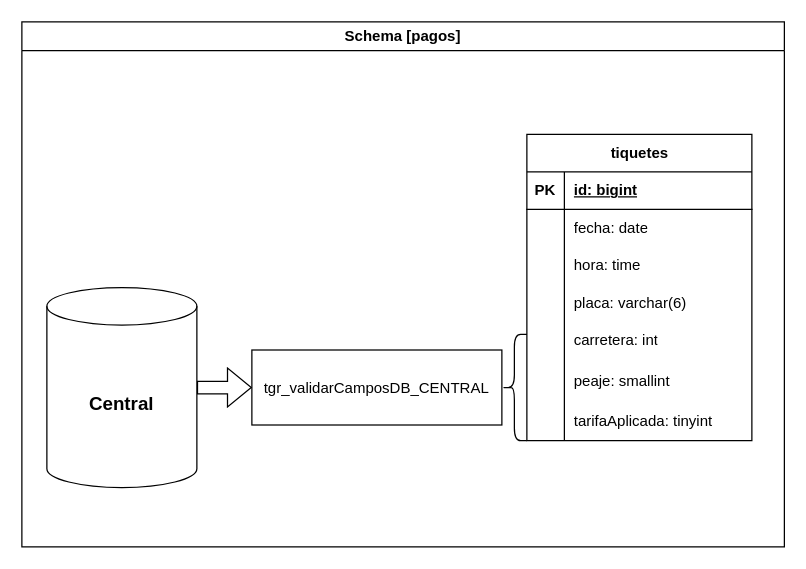
This is page "DB-OPERACIONES-TABLAS" (3 of 4) of diagramas/DISEÑO DE SISTEMA.drawio from randy-naranjo/proyecto-bd, a draw.io file, before an edit. Source tidied: cells renumbered, new cells numbered last; positions are measured from the earlier drawing's top-left corner, leaving out a move shared by most shapes. Both pictures are drawn from the tidied source at 125%, with x=0, y=0 at pixel (21, 21).
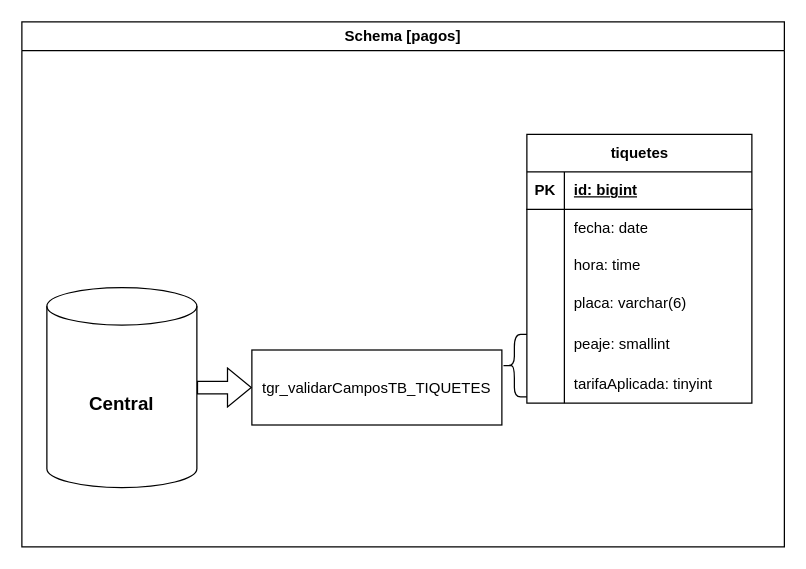
Above is the later version.

Unchanged cells that the change refers to:
```xml
<mxCell id="2" value="Schema [pagos]" style="swimlane;whiteSpace=wrap;html=1;" parent="1" vertex="1">
  <mxGeometry width="610" height="420" as="geometry" />
</mxCell>
<mxCell id="4" style="group;" parent="2" vertex="1">
  <mxGeometry x="384" y="90" width="200" height="245" as="geometry" />
</mxCell>
```

The edit, as a diff of the source:
```diff
@@
-    <mxCell id="3" value="tgr_validarCamposDB_CENTRAL" style="rounded=0;whiteSpace=wrap;html=1;" parent="2" vertex="1">
+    <mxCell id="3" value="tgr_validarCamposTB_TIQUETES" style="rounded=0;whiteSpace=wrap;html=1;" parent="2" vertex="1">
       <mxGeometry x="184" y="262.5" width="200" height="60" as="geometry" />
     </mxCell>
@@
     <mxCell id="5" value="tiquetes" style="shape=table;startSize=30;childLayout=tableLayout;rowLines=0;fontStyle=1;align=center;html=1;" parent="4" vertex="1">
-      <mxGeometry x="20" width="180" height="245" as="geometry" />
+      <mxGeometry x="20" width="180" height="215" as="geometry" />
     </mxCell>
@@
-    <mxCell id="18" style="shape=tableRow;horizontal=0;startSize=0;swimlaneHead=0;swimlaneBody=0;fillColor=none;top=0;left=0;right=0;bottom=0;" parent="5" vertex="1">
-      <mxGeometry y="150" width="180" height="30" as="geometry" />
-    </mxCell>
-    <mxCell id="19" style="shape=partialRectangle;fillColor=none;top=0;left=0;bottom=0;right=0;overflow=hidden;whiteSpace=wrap;html=1;" parent="18" vertex="1">
-      <mxGeometry width="30" height="30" as="geometry" />
-    </mxCell>
-    <mxCell id="20" value="carretera: int" style="shape=partialRectangle;fillColor=none;top=0;left=0;bottom=0;right=0;align=left;spacingLeft=6;overflow=hidden;whiteSpace=wrap;html=1;" parent="18" vertex="1">
-      <mxGeometry x="30" width="150" height="30" as="geometry" />
-    </mxCell>
     <mxCell id="21" style="shape=tableRow;horizontal=0;startSize=0;swimlaneHead=0;swimlaneBody=0;fillColor=none;top=0;left=0;right=0;bottom=0;" parent="5" vertex="1">
-      <mxGeometry y="180" width="180" height="35" as="geometry" />
+      <mxGeometry y="150" width="180" height="35" as="geometry" />
     </mxCell>
@@
     <mxCell id="24" style="shape=tableRow;horizontal=0;startSize=0;swimlaneHead=0;swimlaneBody=0;fillColor=none;top=0;left=0;right=0;bottom=0;" parent="5" vertex="1">
-      <mxGeometry y="215" width="180" height="30" as="geometry" />
+      <mxGeometry y="185" width="180" height="30" as="geometry" />
     </mxCell>
@@
     <mxCell id="27" style="shape=curlyBracket;whiteSpace=wrap;html=1;rounded=1;labelPosition=left;verticalLabelPosition=middle;align=right;verticalAlign=middle;" parent="4" vertex="1">
-      <mxGeometry y="160" width="20" height="85" as="geometry" />
+      <mxGeometry y="160" width="20" height="50" as="geometry" />
     </mxCell>
```
